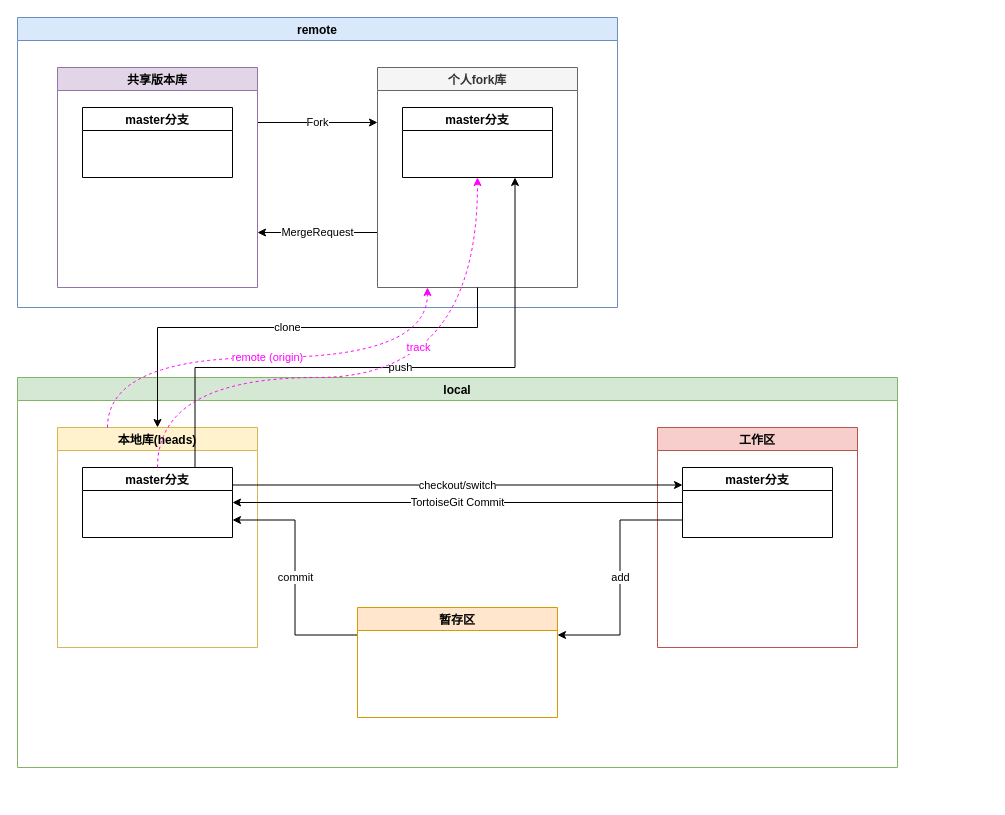
The draw.io diagram page "首次" (1 of 2) of git图文教程.drawio in Dercury/CLDK, before the edit. Source tidied: cells renumbered, new cells numbered last; positions are measured from the earlier drawing's top-left corner, leaving out a move shared by most shapes. Both pictures are drawn from the tidied source at 100%, with x=0, y=0 at pixel (17, 17).
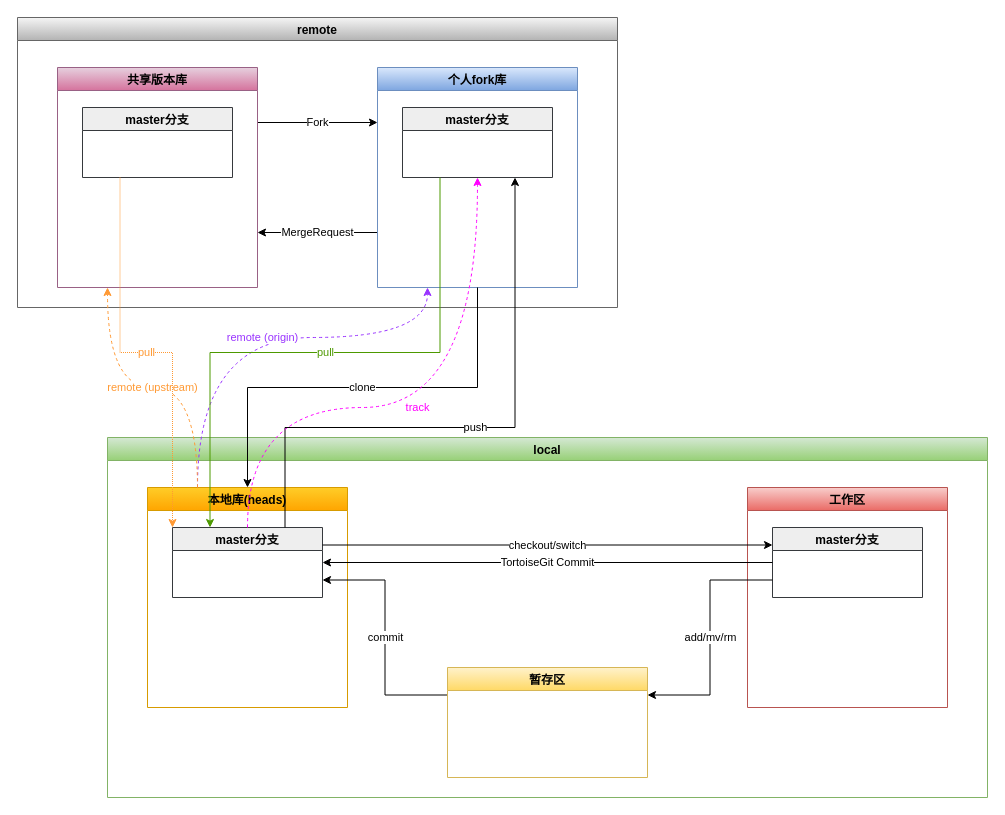
The same page after the edit.

What changed in the source:
```diff
@@
-    <mxCell id="2" value="remote" style="swimlane;fillColor=#dae8fc;strokeColor=#6c8ebf;" parent="1" vertex="1">
+    <mxCell id="2" value="remote" style="swimlane;fillColor=#f5f5f5;strokeColor=#666666;gradientColor=#b3b3b3;" parent="1" vertex="1">
       <mxGeometry width="600" height="290" as="geometry" />
     </mxCell>
@@
-    <mxCell id="4" value="共享版本库" style="swimlane;fillColor=#e1d5e7;strokeColor=#9673a6;" parent="2" vertex="1">
+    <mxCell id="4" value="共享版本库" style="swimlane;fillColor=#e6d0de;strokeColor=#996185;gradientColor=#d5739d;" parent="2" vertex="1">
       <mxGeometry x="40" y="50" width="200" height="220" as="geometry" />
     </mxCell>
-    <mxCell id="5" value="master分支" style="swimlane;" parent="4" vertex="1">
+    <mxCell id="5" value="master分支" style="swimlane;fillColor=#eeeeee;strokeColor=#36393d;" parent="4" vertex="1">
       <mxGeometry x="25" y="40" width="150" height="70" as="geometry" />
     </mxCell>
@@
-    <mxCell id="7" value="个人fork库" style="swimlane;fillColor=#f5f5f5;strokeColor=#666666;fontColor=#333333;" parent="2" vertex="1">
+    <mxCell id="7" value="个人fork库" style="swimlane;fillColor=#dae8fc;strokeColor=#6c8ebf;gradientColor=#7ea6e0;" parent="2" vertex="1">
       <mxGeometry x="360" y="50" width="200" height="220" as="geometry" />
     </mxCell>
-    <mxCell id="8" value="master分支" style="swimlane;" parent="7" vertex="1">
+    <mxCell id="8" value="master分支" style="swimlane;fillColor=#eeeeee;strokeColor=#36393d;" parent="7" vertex="1">
       <mxGeometry x="25" y="40" width="150" height="70" as="geometry" />
     </mxCell>
-    <mxCell id="9" value="local" style="swimlane;fillColor=#d5e8d4;strokeColor=#82b366;" parent="1" vertex="1">
-      <mxGeometry y="360" width="880" height="390" as="geometry" />
+    <mxCell id="9" value="local" style="swimlane;fillColor=#d5e8d4;strokeColor=#82b366;gradientColor=#97d077;" parent="1" vertex="1">
+      <mxGeometry x="90" y="420" width="880" height="360" as="geometry" />
     </mxCell>
-    <mxCell id="10" value="本地库(heads)" style="swimlane;fillColor=#fff2cc;strokeColor=#d6b656;" parent="9" vertex="1">
+    <mxCell id="10" value="本地库(heads)" style="swimlane;fillColor=#ffcd28;strokeColor=#d79b00;gradientColor=#ffa500;" parent="9" vertex="1">
       <mxGeometry x="40" y="50" width="200" height="220" as="geometry" />
     </mxCell>
-    <mxCell id="11" value="master分支" style="swimlane;" parent="10" vertex="1">
+    <mxCell id="11" value="master分支" style="swimlane;fillColor=#eeeeee;strokeColor=#36393d;" parent="10" vertex="1">
       <mxGeometry x="25" y="40" width="150" height="70" as="geometry" />
     </mxCell>
-    <mxCell id="12" value="工作区" style="swimlane;fillColor=#f8cecc;strokeColor=#b85450;" parent="9" vertex="1">
+    <mxCell id="12" value="工作区" style="swimlane;fillColor=#f8cecc;strokeColor=#b85450;gradientColor=#ea6b66;" parent="9" vertex="1">
       <mxGeometry x="640" y="50" width="200" height="220" as="geometry" />
     </mxCell>
-    <mxCell id="13" value="master分支" style="swimlane;" parent="12" vertex="1">
+    <mxCell id="13" value="master分支" style="swimlane;fillColor=#eeeeee;strokeColor=#36393d;" parent="12" vertex="1">
       <mxGeometry x="25" y="40" width="150" height="70" as="geometry" />
     </mxCell>
@@
-    <mxCell id="16" value="暂存区" style="swimlane;fillColor=#ffe6cc;strokeColor=#d79b00;" parent="9" vertex="1">
+    <mxCell id="16" value="暂存区" style="swimlane;fillColor=#fff2cc;strokeColor=#d6b656;gradientColor=#ffd966;" parent="9" vertex="1">
       <mxGeometry x="340" y="230" width="200" height="110" as="geometry" />
     </mxCell>
-    <mxCell id="17" value="add" style="edgeStyle=orthogonalEdgeStyle;rounded=0;jettySize=auto;html=1;exitX=0;exitY=0.75;exitDx=0;exitDy=0;entryX=1;entryY=0.25;entryDx=0;entryDy=0;" parent="9" edge="1" source="13" target="16">
+    <mxCell id="17" value="add/mv/rm" style="edgeStyle=orthogonalEdgeStyle;rounded=0;jettySize=auto;html=1;exitX=0;exitY=0.75;exitDx=0;exitDy=0;entryX=1;entryY=0.25;entryDx=0;entryDy=0;" parent="9" edge="1" source="13" target="16">
       <mxGeometry relative="1" as="geometry" />
     </mxCell>
@@
     <mxCell id="19" value="clone" style="edgeStyle=orthogonalEdgeStyle;rounded=0;jettySize=auto;html=1;exitX=0.5;exitY=1;exitDx=0;exitDy=0;entryX=0.5;entryY=0;entryDx=0;entryDy=0;" parent="1" edge="1" source="7" target="10">
-      <mxGeometry relative="1" as="geometry">
-        <Array as="points">
-          <mxPoint x="460" y="310" />
-          <mxPoint x="140" y="310" />
-        </Array>
-      </mxGeometry>
+      <mxGeometry relative="1" as="geometry" />
     </mxCell>
     <mxCell id="20" value="push" style="edgeStyle=orthogonalEdgeStyle;rounded=0;jettySize=auto;html=1;exitX=0.75;exitY=0;exitDx=0;exitDy=0;entryX=0.75;entryY=1;entryDx=0;entryDy=0;" parent="1" edge="1" source="11" target="8">
       <mxGeometry relative="1" as="geometry">
         <Array as="points">
-          <mxPoint x="178" y="350" />
-          <mxPoint x="498" y="350" />
+          <mxPoint x="268" y="410" />
+          <mxPoint x="498" y="410" />
         </Array>
       </mxGeometry>
     </mxCell>
     <mxCell id="21" value="track" style="edgeStyle=orthogonalEdgeStyle;rounded=0;jettySize=auto;html=1;exitX=0.5;exitY=0;exitDx=0;exitDy=0;entryX=0.5;entryY=1;entryDx=0;entryDy=0;curved=1;dashed=1;strokeColor=#FF00FF;fontColor=#FF00FF;" parent="1" edge="1" source="11" target="8">
-      <mxGeometry x="0.15" y="30" relative="1" as="geometry">
+      <mxGeometry relative="1" as="geometry">
         <Array as="points">
-          <mxPoint x="140" y="360" />
-          <mxPoint x="460" y="360" />
+          <mxPoint x="230" y="390" />
+          <mxPoint x="460" y="390" />
         </Array>
       </mxGeometry>
     </mxCell>
-    <mxCell id="22" value="remote (origin)" style="edgeStyle=orthogonalEdgeStyle;curved=1;rounded=0;jettySize=auto;html=1;exitX=0.25;exitY=0;exitDx=0;exitDy=0;entryX=0.25;entryY=1;entryDx=0;entryDy=0;dashed=1;fontColor=#FF00FF;strokeColor=#FF00FF;" parent="1" edge="1" source="10" target="7">
-      <mxGeometry relative="1" as="geometry" />
+    <mxCell id="22" value="remote (origin)" style="edgeStyle=orthogonalEdgeStyle;curved=1;rounded=0;jettySize=auto;html=1;exitX=0.25;exitY=0;exitDx=0;exitDy=0;entryX=0.25;entryY=1;entryDx=0;entryDy=0;dashed=1;fontColor=#9933FF;strokeColor=#9933FF;" parent="1" edge="1" source="10" target="7">
+      <mxGeometry relative="1" as="geometry">
+        <Array as="points">
+          <mxPoint x="180" y="320" />
+          <mxPoint x="410" y="320" />
+        </Array>
+      </mxGeometry>
     </mxCell>
+    <mxCell id="23" value="pull" style="edgeStyle=orthogonalEdgeStyle;rounded=0;jettySize=auto;html=1;exitX=0.25;exitY=1;exitDx=0;exitDy=0;entryX=0.25;entryY=0;entryDx=0;entryDy=0;fontColor=#4D9900;strokeColor=#4D9900;" parent="1" edge="1" source="8" target="11">
+      <mxGeometry relative="1" as="geometry" />
+    </mxCell>
+    <mxCell id="24" value="remote (upstream)" style="edgeStyle=orthogonalEdgeStyle;curved=1;rounded=0;jettySize=auto;html=1;exitX=0.25;exitY=0;exitDx=0;exitDy=0;entryX=0.25;entryY=1;entryDx=0;entryDy=0;dashed=1;fontColor=#FF9933;strokeColor=#FF9933;" parent="1" edge="1" source="10" target="4">
+      <mxGeometry relative="1" as="geometry" />
+    </mxCell>
+    <mxCell id="25" value="pull" style="edgeStyle=orthogonalEdgeStyle;rounded=0;jettySize=auto;html=1;exitX=0.25;exitY=1;exitDx=0;exitDy=0;entryX=0;entryY=0;entryDx=0;entryDy=0;dashed=1;dashPattern=1 1;fontColor=#FF9933;strokeColor=#FF9933;" parent="1" edge="1" source="5" target="11">
+      <mxGeometry relative="1" as="geometry" />
+    </mxCell>
```
